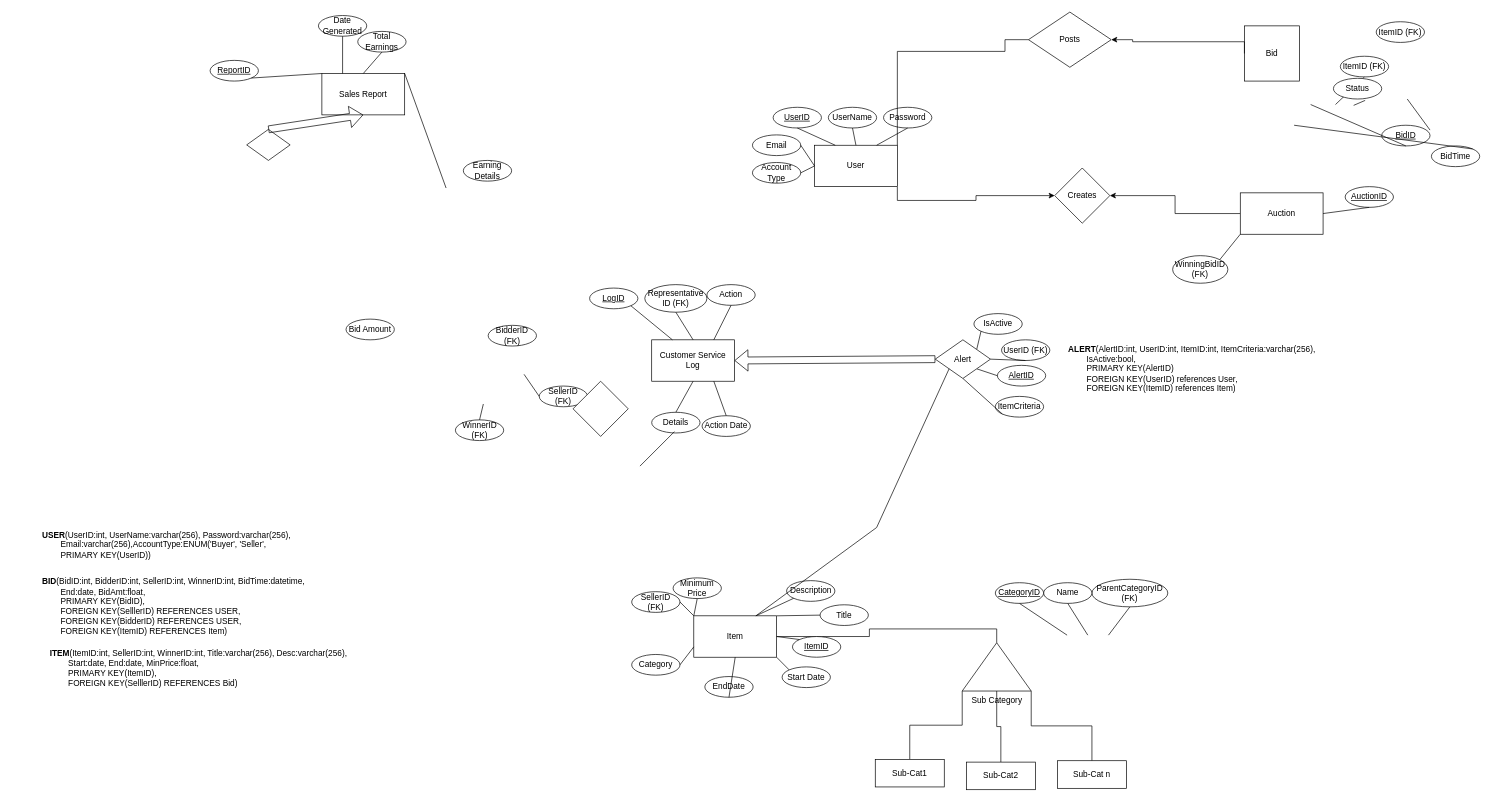
Before: Project1ER.drawio in Swoopi/PrinInfo, a draw.io diagram. Source tidied: cells renumbered, new cells numbered last; positions are measured from the earlier drawing's top-left corner, leaving out a move shared by most shapes. Both pictures are drawn from the tidied source at 69%, with x=0, y=0 at pixel (41, 12).
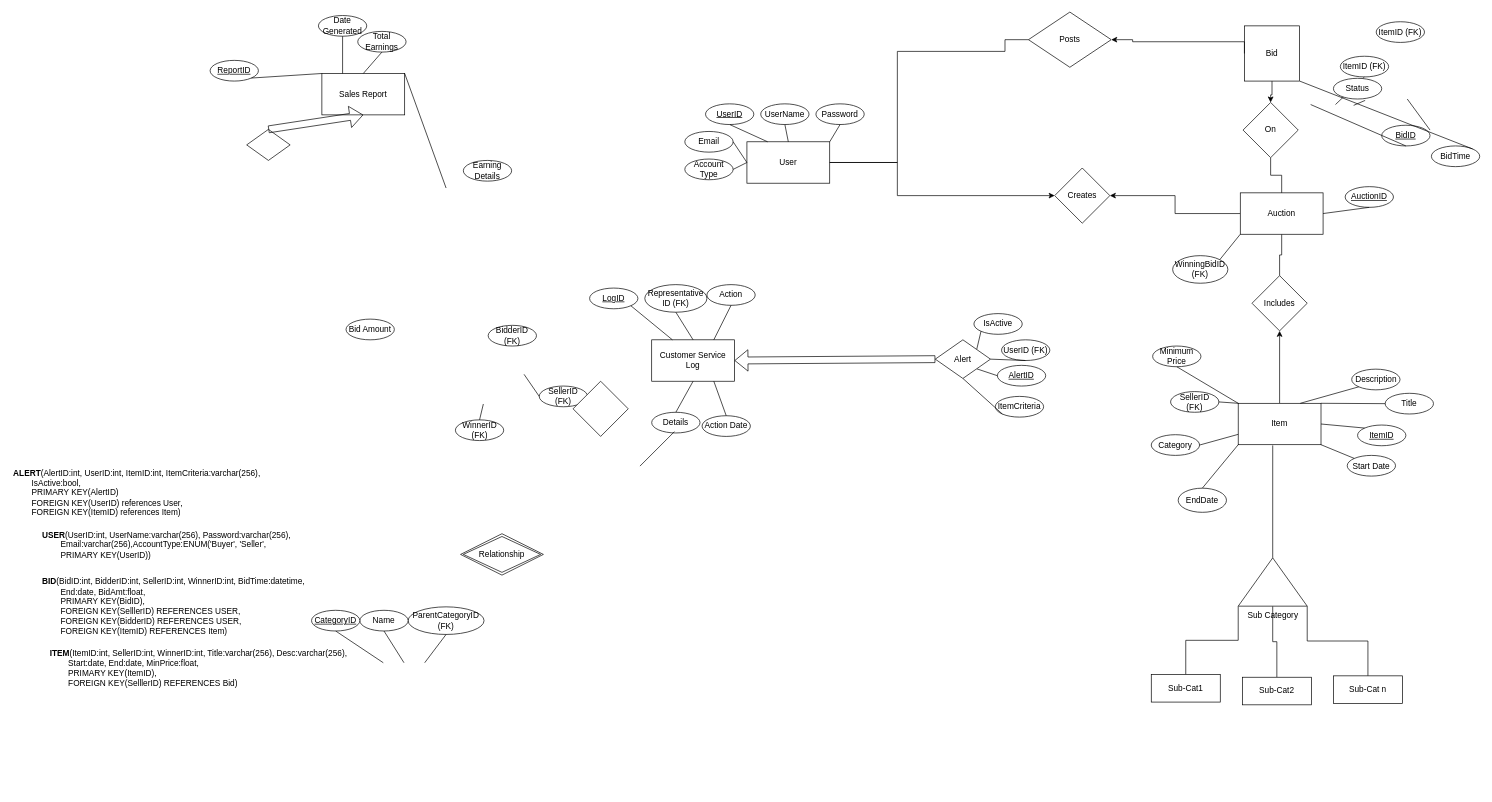
The same page after the edit.

Commit message:
ER update Auction(e)-Includes(item)

The change refers to these unchanged cells:
```xml
<mxCell id="5" value="Auction" style="rounded=0;whiteSpace=wrap;html=1;" parent="1" vertex="1">
  <mxGeometry x="1738" y="262" width="120" height="60" as="geometry" />
</mxCell>
<mxCell id="14" value="BidTime" style="ellipse;whiteSpace=wrap;html=1;" parent="1" vertex="1">
  <mxGeometry x="2015" y="194" width="70" height="30" as="geometry" />
</mxCell>
<mxCell id="76" value="User" style="rounded=0;whiteSpace=wrap;html=1;" parent="75" vertex="1">
  <mxGeometry x="90" y="55" width="120" height="60" as="geometry" />
</mxCell>
<mxCell id="79" value="Password" style="ellipse;whiteSpace=wrap;html=1;" parent="75" vertex="1">
  <mxGeometry x="190" width="70" height="30" as="geometry" />
</mxCell>
<mxCell id="91" value="Alert" style="rhombus;whiteSpace=wrap;html=1;" parent="1" vertex="1">
  <mxGeometry x="1296" y="475" width="80" height="56" as="geometry" />
</mxCell>
<mxCell id="106" value="Posts" style="rhombus;whiteSpace=wrap;html=1;" parent="1" vertex="1">
  <mxGeometry x="1431" width="120" height="80" as="geometry" />
</mxCell>
<mxCell id="108" value="Bid" style="whiteSpace=wrap;html=1;" parent="1" vertex="1">
  <mxGeometry x="1744" y="20" width="80" height="80" as="geometry" />
</mxCell>
<mxCell id="110" value="Creates" style="rhombus;whiteSpace=wrap;html=1;" parent="1" vertex="1">
  <mxGeometry x="1469" y="226" width="80" height="80" as="geometry" />
</mxCell>
```

Change to the diagram source:
```diff
@@
-    <mxCell id="2" style="edgeStyle=orthogonalEdgeStyle;rounded=0;jettySize=auto;html=1;exitX=1;exitY=0.5;exitDx=0;exitDy=0;endArrow=none;endFill=0;entryX=0;entryY=0;entryDx=50;entryDy=0;entryPerimeter=0;" parent="1" edge="1" source="3" target="100">
+    <mxCell id="2" style="edgeStyle=orthogonalEdgeStyle;rounded=0;jettySize=auto;html=1;exitX=0.417;exitY=1.017;exitDx=0;exitDy=0;endArrow=none;endFill=0;entryX=0;entryY=0;entryDx=50;entryDy=0;entryPerimeter=0;exitPerimeter=0;" parent="1" edge="1" source="3" target="100">
       <mxGeometry relative="1" as="geometry" />
     </mxCell>
+    <mxCell id="112" style="edgeStyle=orthogonalEdgeStyle;rounded=0;jettySize=auto;html=1;exitX=0.5;exitY=0;exitDx=0;exitDy=0;entryX=0.5;entryY=1;entryDx=0;entryDy=0;" parent="1" edge="1" source="3" target="117">
+      <mxGeometry relative="1" as="geometry" />
+    </mxCell>
     <mxCell id="3" value="Item" style="rounded=0;whiteSpace=wrap;html=1;" parent="1" vertex="1">
-      <mxGeometry x="946" y="875" width="120" height="60" as="geometry" />
+      <mxGeometry x="1735" y="567" width="120" height="60" as="geometry" />
     </mxCell>
@@
+    <mxCell id="113" style="edgeStyle=orthogonalEdgeStyle;rounded=0;jettySize=auto;html=1;exitX=0.5;exitY=1;exitDx=0;exitDy=0;endArrow=none;endFill=0;" parent="1" edge="1" source="5" target="117">
+      <mxGeometry relative="1" as="geometry" />
+    </mxCell>
@@
     <mxCell id="8" value="Start Date" style="ellipse;whiteSpace=wrap;html=1;" parent="1" vertex="1">
-      <mxGeometry x="1074" y="949" width="70" height="30" as="geometry" />
+      <mxGeometry x="1893" y="642.5" width="70" height="30" as="geometry" />
     </mxCell>
@@
     <mxCell id="10" value="EndDate" style="ellipse;whiteSpace=wrap;html=1;" parent="1" vertex="1">
-      <mxGeometry x="962" y="963" width="70" height="30" as="geometry" />
+      <mxGeometry x="1648" y="690" width="70" height="35" as="geometry" />
     </mxCell>
@@
     <mxCell id="15" value="Category" style="ellipse;whiteSpace=wrap;html=1;" parent="1" vertex="1">
-      <mxGeometry x="856" y="931" width="70" height="30" as="geometry" />
+      <mxGeometry x="1609" y="612.5" width="70" height="30" as="geometry" />
     </mxCell>
     <mxCell id="16" value="Description" style="ellipse;whiteSpace=wrap;html=1;" parent="1" vertex="1">
-      <mxGeometry x="1080.5" y="824" width="70" height="30" as="geometry" />
+      <mxGeometry x="1899.5" y="517.5" width="70" height="30" as="geometry" />
     </mxCell>
     <mxCell id="17" value="Title" style="ellipse;whiteSpace=wrap;html=1;" parent="1" vertex="1">
-      <mxGeometry x="1129" y="859" width="70" height="30" as="geometry" />
+      <mxGeometry x="1948" y="552.5" width="70" height="30" as="geometry" />
     </mxCell>
     <mxCell id="18" value="&lt;u&gt;ItemID&lt;/u&gt;" style="ellipse;whiteSpace=wrap;html=1;" parent="1" vertex="1">
-      <mxGeometry x="1089" y="905" width="70" height="30" as="geometry" />
+      <mxGeometry x="1908" y="598.5" width="70" height="30" as="geometry" />
     </mxCell>
@@
-    <mxCell id="23" style="endArrow=none;html=1;rounded=0;entryX=0.5;entryY=1;entryDx=0;entryDy=0;exitX=0.5;exitY=1;exitDx=0;exitDy=0;" parent="1" edge="1" source="3" target="10">
+    <mxCell id="23" style="endArrow=none;html=1;rounded=0;entryX=0.5;entryY=0;entryDx=0;entryDy=0;exitX=0;exitY=1;exitDx=0;exitDy=0;" parent="1" edge="1" source="3" target="10">
       <mxGeometry relative="1" as="geometry" />
     </mxCell>
@@
     <mxCell id="25" value="Minimum Price" style="ellipse;whiteSpace=wrap;html=1;" parent="1" vertex="1">
-      <mxGeometry x="916" y="820" width="70" height="30" as="geometry" />
+      <mxGeometry x="1611" y="484" width="70" height="30" as="geometry" />
     </mxCell>
@@
     <mxCell id="27" value="SellerID (FK)" style="ellipse;whiteSpace=wrap;html=1;" parent="1" vertex="1">
-      <mxGeometry x="856" y="840" width="70" height="30" as="geometry" />
+      <mxGeometry x="1637" y="550" width="70" height="30" as="geometry" />
     </mxCell>
@@
-    <mxCell id="32" style="endArrow=none;html=1;rounded=0;entryX=0;entryY=0.5;entryDx=0;entryDy=0;exitX=1;exitY=0;exitDx=0;exitDy=0;" parent="1" edge="1" source="14">
-      <mxGeometry relative="1" as="geometry">
-        <mxPoint x="1816" y="164" as="targetPoint" />
-      </mxGeometry>
+    <mxCell id="32" style="endArrow=none;html=1;rounded=0;entryX=1;entryY=1;entryDx=0;entryDy=0;exitX=1;exitY=0;exitDx=0;exitDy=0;" parent="1" edge="1" source="14" target="108">
+      <mxGeometry relative="1" as="geometry" />
     </mxCell>
@@
     <mxCell id="50" value="ParentCategoryID (FK)" style="ellipse;whiteSpace=wrap;html=1;" parent="1" vertex="1">
-      <mxGeometry x="1523" y="822" width="110" height="40" as="geometry" />
+      <mxGeometry x="532" y="862" width="110" height="40" as="geometry" />
     </mxCell>
     <mxCell id="51" value="Name" style="ellipse;whiteSpace=wrap;html=1;" parent="1" vertex="1">
-      <mxGeometry x="1453" y="827" width="70" height="30" as="geometry" />
+      <mxGeometry x="462" y="867" width="70" height="30" as="geometry" />
     </mxCell>
     <mxCell id="52" value="&lt;u&gt;CategoryID&lt;/u&gt;" style="ellipse;whiteSpace=wrap;html=1;" parent="1" vertex="1">
-      <mxGeometry x="1383" y="827" width="70" height="30" as="geometry" />
+      <mxGeometry x="392" y="867" width="70" height="30" as="geometry" />
     </mxCell>
     <mxCell id="53" style="endArrow=none;html=1;rounded=0;entryX=0.5;entryY=1;entryDx=0;entryDy=0;exitX=0.25;exitY=0;exitDx=0;exitDy=0;" parent="1" edge="1" target="52">
       <mxGeometry relative="1" as="geometry">
-        <mxPoint x="1487" y="903" as="sourcePoint" />
+        <mxPoint x="496" y="943" as="sourcePoint" />
       </mxGeometry>
     </mxCell>
     <mxCell id="54" style="endArrow=none;html=1;rounded=0;entryX=0.5;entryY=1;entryDx=0;entryDy=0;exitX=0.5;exitY=0;exitDx=0;exitDy=0;" parent="1" edge="1" target="51">
       <mxGeometry relative="1" as="geometry">
-        <mxPoint x="1517" y="903" as="sourcePoint" />
+        <mxPoint x="526" y="943" as="sourcePoint" />
       </mxGeometry>
     </mxCell>
     <mxCell id="55" style="endArrow=none;html=1;rounded=0;entryX=0.5;entryY=1;entryDx=0;entryDy=0;exitX=0.75;exitY=0;exitDx=0;exitDy=0;" parent="1" edge="1" target="50">
       <mxGeometry relative="1" as="geometry">
-        <mxPoint x="1547" y="903" as="sourcePoint" />
+        <mxPoint x="556" y="943" as="sourcePoint" />
       </mxGeometry>
     </mxCell>
@@
     <mxCell id="75" style="group;" parent="1" vertex="1">
-      <mxGeometry x="1031" y="138" width="260" height="115" as="geometry" />
+      <mxGeometry x="933" y="133" width="260" height="115" as="geometry" />
     </mxCell>
@@
-    <mxCell id="86" style="endArrow=none;html=1;rounded=0;exitX=0.5;exitY=1;exitDx=0;exitDy=0;entryX=0.75;entryY=0;entryDx=0;entryDy=0;" parent="75" edge="1" source="79" target="76">
+    <mxCell id="86" style="endArrow=none;html=1;rounded=0;exitX=0.5;exitY=1;exitDx=0;exitDy=0;entryX=1;entryY=0;entryDx=0;entryDy=0;" parent="75" edge="1" source="79" target="76">
       <mxGeometry relative="1" as="geometry" />
     </mxCell>
@@
-    <mxCell id="92" style="endArrow=none;html=1;rounded=0;exitX=0;exitY=1;exitDx=0;exitDy=0;entryX=0.75;entryY=0;entryDx=0;entryDy=0;" parent="1" edge="1" source="91" target="3">
-      <mxGeometry relative="1" as="geometry">
-        <Array as="points">
-          <mxPoint x="1211" y="747" />
-        </Array>
-      </mxGeometry>
-    </mxCell>
@@
     <mxCell id="100" value="Sub Category" style="verticalLabelPosition=bottom;verticalAlign=top;html=1;shape=mxgraph.basic.acute_triangle;dx=0.5;" parent="1" vertex="1">
-      <mxGeometry x="1335" y="914" width="100" height="70" as="geometry" />
+      <mxGeometry x="1735" y="791" width="100" height="70" as="geometry" />
     </mxCell>
     <mxCell id="101" value="Sub-Cat1" style="whiteSpace=wrap;html=1;align=center;" parent="1" vertex="1">
-      <mxGeometry x="1209" y="1083" width="100" height="40" as="geometry" />
+      <mxGeometry x="1609" y="960" width="100" height="40" as="geometry" />
     </mxCell>
     <mxCell id="102" value="Sub-Cat2" style="whiteSpace=wrap;html=1;align=center;" parent="1" vertex="1">
-      <mxGeometry x="1341" y="1087" width="100" height="40" as="geometry" />
+      <mxGeometry x="1741" y="964" width="100" height="40" as="geometry" />
     </mxCell>
     <mxCell id="103" value="Sub-Cat n" style="whiteSpace=wrap;html=1;align=center;" parent="1" vertex="1">
-      <mxGeometry x="1473" y="1085" width="100" height="40" as="geometry" />
+      <mxGeometry x="1873" y="962" width="100" height="40" as="geometry" />
     </mxCell>
     <mxCell id="104" value="&lt;b&gt;ALERT&lt;/b&gt;(AlertID:int, UserID:int, ItemID:int, ItemCriteria:varchar(256), &lt;span style=&quot;white-space: pre;&quot;&gt;&#9;&lt;/span&gt;IsActive:bool,&lt;div&gt;&lt;span style=&quot;white-space: pre;&quot;&gt;&#9;&lt;/span&gt;PRIMARY KEY(AlertID)&lt;/div&gt;&lt;div&gt;&lt;span style=&quot;white-space: pre;&quot;&gt;&#9;&lt;/span&gt;FOREIGN KEY(UserID) references User,&lt;/div&gt;&lt;div&gt;&lt;span style=&quot;white-space: pre;&quot;&gt;&#9;&lt;/span&gt;FOREIGN KEY(ItemID) references Item)&lt;br&gt;&lt;/div&gt;" style="text;html=1;align=left;verticalAlign=middle;whiteSpace=wrap;rounded=0;" parent="1" vertex="1">
-      <mxGeometry x="1487" y="492" width="415" height="50" as="geometry" />
+      <mxGeometry x="-42" y="672" width="415" height="50" as="geometry" />
     </mxCell>
@@
-    <mxCell id="107" style="edgeStyle=orthogonalEdgeStyle;rounded=0;jettySize=auto;html=1;exitX=1;exitY=0;exitDx=0;exitDy=0;endArrow=none;endFill=0;entryX=0;entryY=0.5;entryDx=0;entryDy=0;" parent="1" edge="1" source="76" target="106">
+    <mxCell id="107" style="edgeStyle=orthogonalEdgeStyle;rounded=0;jettySize=auto;html=1;exitX=1;exitY=0.5;exitDx=0;exitDy=0;endArrow=none;endFill=0;entryX=0;entryY=0.5;entryDx=0;entryDy=0;" parent="1" edge="1" source="76" target="106">
       <mxGeometry relative="1" as="geometry">
         <Array as="points">
+          <mxPoint x="1241" y="218" />
           <mxPoint x="1241" y="57" />
           <mxPoint x="1397" y="57" />
           <mxPoint x="1397" y="40" />
         </Array>
       </mxGeometry>
     </mxCell>
+    <mxCell id="114" style="edgeStyle=orthogonalEdgeStyle;rounded=0;jettySize=auto;html=1;" parent="1" edge="1" source="108" target="116">
+      <mxGeometry relative="1" as="geometry" />
+    </mxCell>
@@
-    <mxCell id="111" style="edgeStyle=orthogonalEdgeStyle;rounded=0;jettySize=auto;html=1;exitX=1;exitY=1;exitDx=0;exitDy=0;" parent="1" edge="1" source="76" target="110">
-      <mxGeometry relative="1" as="geometry" />
+    <mxCell id="111" style="edgeStyle=orthogonalEdgeStyle;rounded=0;jettySize=auto;html=1;exitX=1;exitY=0.5;exitDx=0;exitDy=0;" parent="1" edge="1" source="76" target="110">
+      <mxGeometry relative="1" as="geometry">
+        <Array as="points">
+          <mxPoint x="1241" y="218" />
+          <mxPoint x="1241" y="266" />
+        </Array>
+      </mxGeometry>
     </mxCell>
+    <mxCell id="115" style="edgeStyle=orthogonalEdgeStyle;rounded=0;jettySize=auto;html=1;exitX=0.5;exitY=1;exitDx=0;exitDy=0;entryX=0.5;entryY=0;entryDx=0;entryDy=0;endArrow=none;endFill=0;" parent="1" edge="1" source="116" target="5">
+      <mxGeometry relative="1" as="geometry" />
+    </mxCell>
+    <mxCell id="116" value="On" style="rhombus;whiteSpace=wrap;html=1;" parent="1" vertex="1">
+      <mxGeometry x="1742" y="131" width="80" height="80" as="geometry" />
+    </mxCell>
+    <mxCell id="117" value="Includes" style="rhombus;whiteSpace=wrap;html=1;" parent="1" vertex="1">
+      <mxGeometry x="1755" y="382" width="80" height="80" as="geometry" />
+    </mxCell>
+    <mxCell id="118" value="Relationship" style="shape=rhombus;double=1;perimeter=rhombusPerimeter;whiteSpace=wrap;html=1;align=center;" parent="1" vertex="1">
+      <mxGeometry x="608" y="756" width="120" height="60" as="geometry" />
+    </mxCell>
```
